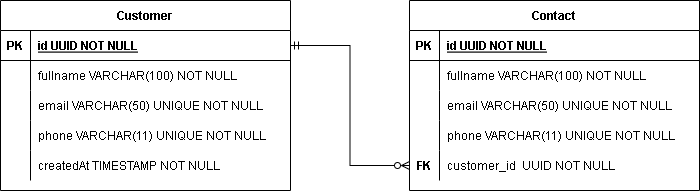
Earlier version of the draw.io export backend/der.png (devmatheuus/customers_register). Source tidied: cells renumbered, new cells last; positions are measured from the earlier drawing's top-left corner, leaving out a move shared by most shapes. The source it was exported from:
```xml
<mxGraphModel>
  <root>
    <mxCell id="0" />
    <mxCell id="1" parent="0" />
    <mxCell id="2" value="Customer" style="shape=table;startSize=30;rowLines=0;fontStyle=1;align=center;" parent="1" vertex="1">
      <mxGeometry width="290" height="190" as="geometry" />
    </mxCell>
    <mxCell id="3" style="shape=partialRectangle;fillColor=none;points=[[0,0.5],[1,0.5]];portConstraint=eastwest;top=0;left=0;right=0;bottom=1;" parent="2" vertex="1">
      <mxGeometry y="30" width="290" height="30" as="geometry" />
    </mxCell>
    <mxCell id="4" value="PK" style="shape=partialRectangle;overflow=hidden;fillColor=none;top=0;left=0;bottom=0;right=0;fontStyle=1;" parent="3" vertex="1">
      <mxGeometry width="30" height="30" as="geometry" />
    </mxCell>
    <mxCell id="5" value="id UUID NOT NULL " style="shape=partialRectangle;overflow=hidden;fillColor=none;top=0;left=0;bottom=0;right=0;align=left;spacingLeft=6;fontStyle=5;" parent="3" vertex="1">
      <mxGeometry x="30" width="260" height="30" as="geometry" />
    </mxCell>
    <mxCell id="6" style="shape=partialRectangle;fillColor=none;top=0;left=0;right=0;bottom=0;" parent="2" vertex="1">
      <mxGeometry y="60" width="290" height="30" as="geometry" />
    </mxCell>
    <mxCell id="7" style="shape=partialRectangle;overflow=hidden;fillColor=none;top=0;left=0;bottom=0;right=0;" parent="6" vertex="1">
      <mxGeometry width="30" height="30" as="geometry" />
    </mxCell>
    <mxCell id="8" value="fullname VARCHAR(100) NOT NULL" style="shape=partialRectangle;overflow=hidden;fillColor=none;top=0;left=0;bottom=0;right=0;align=left;spacingLeft=6;" parent="6" vertex="1">
      <mxGeometry x="30" width="260" height="30" as="geometry" />
    </mxCell>
    <mxCell id="9" style="shape=partialRectangle;fillColor=none;top=0;left=0;right=0;bottom=0;" parent="2" vertex="1">
      <mxGeometry y="90" width="290" height="30" as="geometry" />
    </mxCell>
    <mxCell id="10" style="shape=partialRectangle;overflow=hidden;fillColor=none;top=0;left=0;bottom=0;right=0;" parent="9" vertex="1">
      <mxGeometry width="30" height="30" as="geometry" />
    </mxCell>
    <mxCell id="11" value="email VARCHAR(50) UNIQUE NOT NULL" style="shape=partialRectangle;overflow=hidden;fillColor=none;top=0;left=0;bottom=0;right=0;align=left;spacingLeft=6;" parent="9" vertex="1">
      <mxGeometry x="30" width="260" height="30" as="geometry" />
    </mxCell>
    <mxCell id="12" style="shape=partialRectangle;fillColor=none;top=0;left=0;right=0;bottom=0;" parent="2" vertex="1">
      <mxGeometry y="120" width="290" height="30" as="geometry" />
    </mxCell>
    <mxCell id="13" style="shape=partialRectangle;overflow=hidden;fillColor=none;top=0;left=0;bottom=0;right=0;" parent="12" vertex="1">
      <mxGeometry width="30" height="30" as="geometry" />
    </mxCell>
    <mxCell id="14" value="phone VARCHAR(11) UNIQUE NOT NULL" style="shape=partialRectangle;overflow=hidden;fillColor=none;top=0;left=0;bottom=0;right=0;align=left;spacingLeft=6;" parent="12" vertex="1">
      <mxGeometry x="30" width="260" height="30" as="geometry" />
    </mxCell>
    <mxCell id="15" style="shape=partialRectangle;fillColor=none;top=0;left=0;right=0;bottom=0;" parent="2" vertex="1">
      <mxGeometry y="150" width="290" height="30" as="geometry" />
    </mxCell>
    <mxCell id="16" style="shape=partialRectangle;overflow=hidden;fillColor=none;top=0;left=0;bottom=0;right=0;" parent="15" vertex="1">
      <mxGeometry width="30" height="30" as="geometry" />
    </mxCell>
    <mxCell id="17" value="createdAt TIMESTAMP NOT NULL" style="shape=partialRectangle;overflow=hidden;fillColor=none;top=0;left=0;bottom=0;right=0;align=left;spacingLeft=6;" parent="15" vertex="1">
      <mxGeometry x="30" width="260" height="30" as="geometry" />
    </mxCell>
    <mxCell id="18" value="Contact" style="shape=table;startSize=30;rowLines=0;fontStyle=1;align=center;" parent="1" vertex="1">
      <mxGeometry x="409" width="290" height="190" as="geometry" />
    </mxCell>
    <mxCell id="19" style="shape=partialRectangle;fillColor=none;top=0;left=0;right=0;bottom=1;" parent="18" vertex="1">
      <mxGeometry y="30" width="290" height="30" as="geometry" />
    </mxCell>
    <mxCell id="20" value="PK" style="shape=partialRectangle;overflow=hidden;fillColor=none;top=0;left=0;bottom=0;right=0;fontStyle=1;" parent="19" vertex="1">
      <mxGeometry width="30" height="30" as="geometry" />
    </mxCell>
    <mxCell id="21" value="id UUID NOT NULL " style="shape=partialRectangle;overflow=hidden;fillColor=none;top=0;left=0;bottom=0;right=0;align=left;spacingLeft=6;fontStyle=5;" parent="19" vertex="1">
      <mxGeometry x="30" width="260" height="30" as="geometry" />
    </mxCell>
    <mxCell id="22" style="shape=partialRectangle;fillColor=none;top=0;left=0;right=0;bottom=0;" parent="18" vertex="1">
      <mxGeometry y="60" width="290" height="30" as="geometry" />
    </mxCell>
    <mxCell id="23" style="shape=partialRectangle;overflow=hidden;fillColor=none;top=0;left=0;bottom=0;right=0;" parent="22" vertex="1">
      <mxGeometry width="30" height="30" as="geometry" />
    </mxCell>
    <mxCell id="24" value="fullname VARCHAR(100) NOT NULL" style="shape=partialRectangle;overflow=hidden;fillColor=none;top=0;left=0;bottom=0;right=0;align=left;spacingLeft=6;" parent="22" vertex="1">
      <mxGeometry x="30" width="260" height="30" as="geometry" />
    </mxCell>
    <mxCell id="25" style="shape=partialRectangle;fillColor=none;top=0;left=0;right=0;bottom=0;" parent="18" vertex="1">
      <mxGeometry y="90" width="290" height="30" as="geometry" />
    </mxCell>
    <mxCell id="26" style="shape=partialRectangle;overflow=hidden;fillColor=none;top=0;left=0;bottom=0;right=0;" parent="25" vertex="1">
      <mxGeometry width="30" height="30" as="geometry" />
    </mxCell>
    <mxCell id="27" value="email VARCHAR(50) UNIQUE NOT NULL" style="shape=partialRectangle;overflow=hidden;fillColor=none;top=0;left=0;bottom=0;right=0;align=left;spacingLeft=6;" parent="25" vertex="1">
      <mxGeometry x="30" width="260" height="30" as="geometry" />
    </mxCell>
    <mxCell id="28" style="shape=partialRectangle;fillColor=none;top=0;left=0;right=0;bottom=0;" parent="18" vertex="1">
      <mxGeometry y="120" width="290" height="30" as="geometry" />
    </mxCell>
    <mxCell id="29" style="shape=partialRectangle;overflow=hidden;fillColor=none;top=0;left=0;bottom=0;right=0;" parent="28" vertex="1">
      <mxGeometry width="30" height="30" as="geometry" />
    </mxCell>
    <mxCell id="30" value="phone VARCHAR(11) UNIQUE NOT NULL" style="shape=partialRectangle;overflow=hidden;fillColor=none;top=0;left=0;bottom=0;right=0;align=left;spacingLeft=6;fontStyle=0;" parent="28" vertex="1">
      <mxGeometry x="30" width="260" height="30" as="geometry" />
    </mxCell>
    <mxCell id="31" style="shape=partialRectangle;fillColor=none;points=[[0,0.5],[1,0.5]];portConstraint=eastwest;top=0;left=0;right=0;bottom=0;" parent="18" vertex="1">
      <mxGeometry y="150" width="290" height="30" as="geometry" />
    </mxCell>
    <mxCell id="32" value="FK" style="shape=partialRectangle;overflow=hidden;fillColor=none;top=0;left=0;bottom=0;right=0;fontStyle=1;" parent="31" vertex="1">
      <mxGeometry width="30" height="30" as="geometry" />
    </mxCell>
    <mxCell id="33" value="customer_id  UUID NOT NULL" style="shape=partialRectangle;overflow=hidden;fillColor=none;top=0;left=0;bottom=0;right=0;align=left;spacingLeft=6;" parent="31" vertex="1">
      <mxGeometry x="30" width="260" height="30" as="geometry" />
    </mxCell>
    <mxCell id="34" style="endArrow=ERzeroToMany;html=1;rounded=0;edgeStyle=orthogonalEdgeStyle;elbow=vertical;startArrow=ERmandOne;startFill=0;exitX=1;exitY=0.5;exitDx=0;exitDy=0;endFill=0;entryX=0;entryY=0.5;entryDx=0;entryDy=0;" parent="1" edge="1" source="3" target="31">
      <mxGeometry relative="1" as="geometry" />
    </mxCell>
  </root>
</mxGraphModel>
```
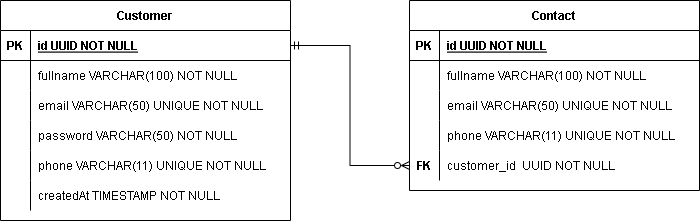
Later version of the same file.

Commit message:
fix: add password to der

Change to the diagram source:
```diff
@@ -3,7 +3,7 @@
     <mxCell id="0" />
     <mxCell id="1" parent="0" />
     <mxCell id="2" value="Customer" style="shape=table;startSize=30;rowLines=0;fontStyle=1;align=center;" parent="1" vertex="1">
-      <mxGeometry width="290" height="190" as="geometry" />
+      <mxGeometry width="290" height="220" as="geometry" />
     </mxCell>
     <mxCell id="3" style="shape=partialRectangle;fillColor=none;points=[[0,0.5],[1,0.5]];portConstraint=eastwest;top=0;left=0;right=0;bottom=1;" parent="2" vertex="1">
       <mxGeometry y="30" width="290" height="30" as="geometry" />
@@ -32,8 +32,17 @@
     <mxCell id="11" value="email VARCHAR(50) UNIQUE NOT NULL" style="shape=partialRectangle;overflow=hidden;fillColor=none;top=0;left=0;bottom=0;right=0;align=left;spacingLeft=6;" parent="9" vertex="1">
       <mxGeometry x="30" width="260" height="30" as="geometry" />
     </mxCell>
+    <mxCell id="35" style="shape=partialRectangle;fillColor=none;top=0;left=0;right=0;bottom=0;" parent="2" vertex="1">
+      <mxGeometry y="120" width="290" height="30" as="geometry" />
+    </mxCell>
+    <mxCell id="36" style="shape=partialRectangle;overflow=hidden;fillColor=none;top=0;left=0;bottom=0;right=0;" parent="35" vertex="1">
+      <mxGeometry width="30" height="30" as="geometry" />
+    </mxCell>
+    <mxCell id="37" value="password VARCHAR(50) NOT NULL" style="shape=partialRectangle;overflow=hidden;fillColor=none;top=0;left=0;bottom=0;right=0;align=left;spacingLeft=6;" parent="35" vertex="1">
+      <mxGeometry x="30" width="260" height="30" as="geometry" />
+    </mxCell>
     <mxCell id="12" style="shape=partialRectangle;fillColor=none;top=0;left=0;right=0;bottom=0;" parent="2" vertex="1">
-      <mxGeometry y="120" width="290" height="30" as="geometry" />
+      <mxGeometry y="150" width="290" height="30" as="geometry" />
     </mxCell>
     <mxCell id="13" style="shape=partialRectangle;overflow=hidden;fillColor=none;top=0;left=0;bottom=0;right=0;" parent="12" vertex="1">
       <mxGeometry width="30" height="30" as="geometry" />
@@ -42,7 +51,7 @@
       <mxGeometry x="30" width="260" height="30" as="geometry" />
     </mxCell>
     <mxCell id="15" style="shape=partialRectangle;fillColor=none;top=0;left=0;right=0;bottom=0;" parent="2" vertex="1">
-      <mxGeometry y="150" width="290" height="30" as="geometry" />
+      <mxGeometry y="180" width="290" height="30" as="geometry" />
     </mxCell>
     <mxCell id="16" style="shape=partialRectangle;overflow=hidden;fillColor=none;top=0;left=0;bottom=0;right=0;" parent="15" vertex="1">
       <mxGeometry width="30" height="30" as="geometry" />
```
